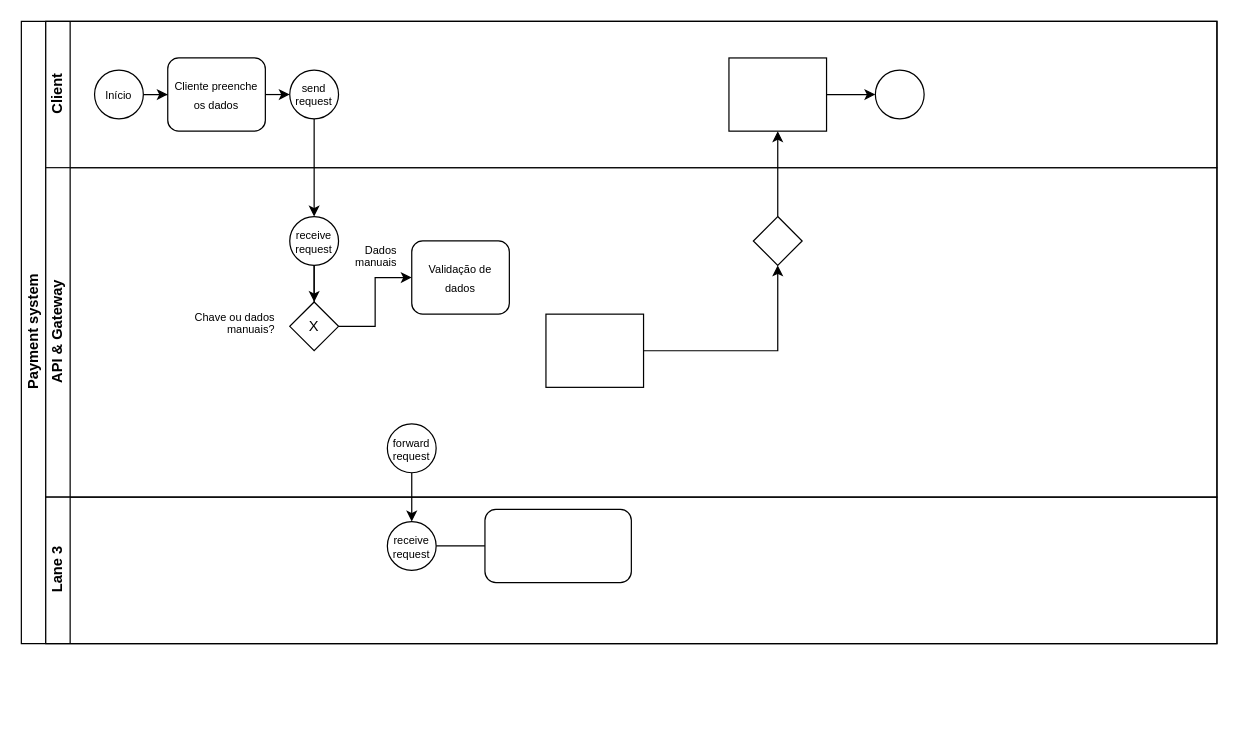
This is page "Page-1" (1 of 3) of pix-architecture-overview.drawio from danielfabbri/arctest, a draw.io file, before an edit. Source tidied: cells renumbered, new cells numbered last; positions are measured from the earlier drawing's top-left corner, leaving out a move shared by most shapes. Both pictures are drawn from the tidied source at 122%, with x=0, y=0 at pixel (21, 21).
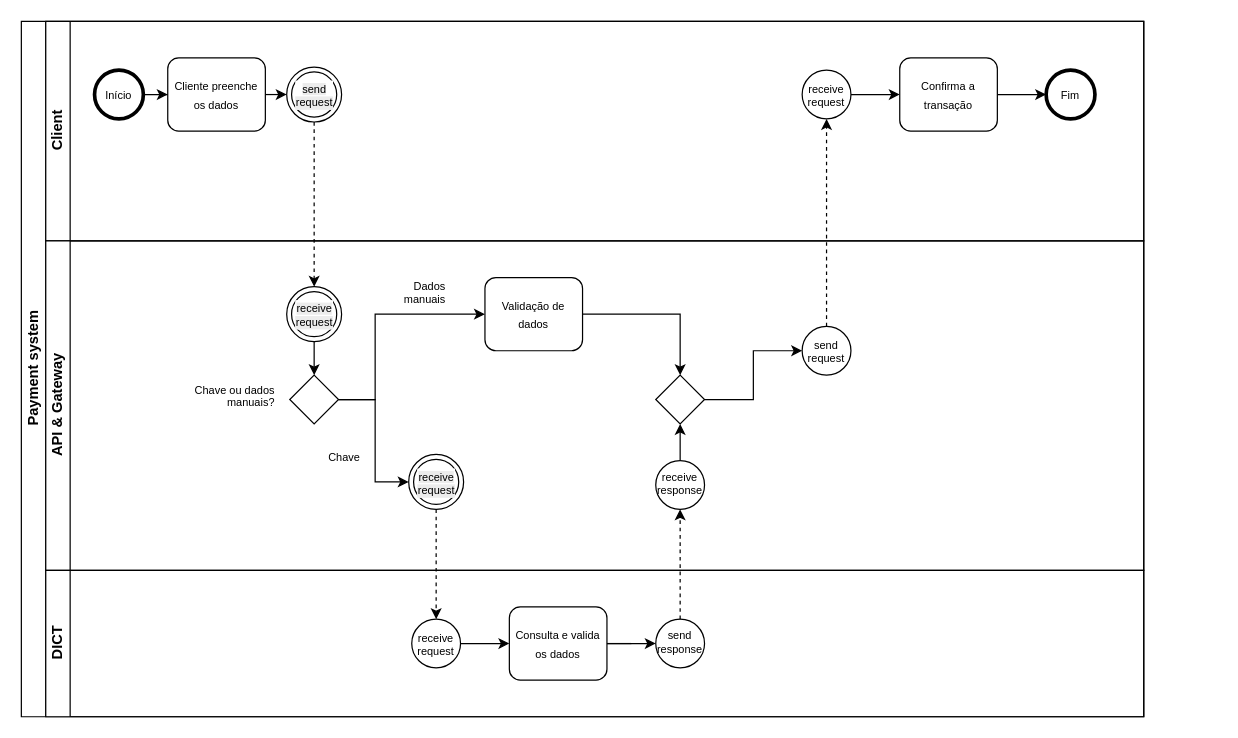
After the change.

The change refers to these unchanged cells:
```xml
<mxCell id="7" value="&lt;font style=&quot;font-size: 9px;&quot;&gt;Cliente preenche&lt;/font&gt;&lt;div&gt;&lt;font style=&quot;font-size: 9px;&quot;&gt;os dados&lt;/font&gt;&lt;/div&gt;" style="rounded=1;whiteSpace=wrap;html=1;fontFamily=Helvetica;fontSize=12;fontColor=#000000;align=center;" parent="4" vertex="1">
  <mxGeometry x="100" y="30" width="80" height="60" as="geometry" />
</mxCell>
```

Change to the diagram source:
```diff
@@
     <mxCell id="2" value="Payment system" style="swimlane;html=1;horizontal=0;startSize=20;" parent="1" vertex="1">
-      <mxGeometry width="980" height="510" as="geometry" />
+      <mxGeometry width="920" height="570" as="geometry" />
     </mxCell>
-    <mxCell id="3" style="edgeStyle=orthogonalEdgeStyle;rounded=0;jettySize=auto;html=1;endArrow=classic;endFill=1;" parent="2" edge="1" source="16" target="9">
-      <mxGeometry relative="1" as="geometry" />
-    </mxCell>
     <mxCell id="4" value="Client" style="swimlane;html=1;startSize=20;horizontal=0;" parent="2" vertex="1">
-      <mxGeometry x="20" width="960" height="120" as="geometry" />
+      <mxGeometry x="20" width="900" height="180" as="geometry" />
     </mxCell>
@@
-    <mxCell id="6" value="&lt;font style=&quot;font-size: 9px;&quot;&gt;Início&lt;/font&gt;" style="ellipse;whiteSpace=wrap;html=1;" parent="4" vertex="1">
+    <mxCell id="6" value="&lt;font style=&quot;font-size: 9px;&quot;&gt;Início&lt;/font&gt;" style="ellipse;whiteSpace=wrap;html=1;strokeWidth=3;" parent="4" vertex="1">
       <mxGeometry x="40" y="40" width="40" height="40" as="geometry" />
     </mxCell>
@@
-    <mxCell id="8" style="edgeStyle=orthogonalEdgeStyle;rounded=0;jettySize=auto;html=1;endArrow=classic;endFill=1;" parent="4" edge="1" source="9" target="10">
+    <mxCell id="8" style="edgeStyle=orthogonalEdgeStyle;rounded=0;jettySize=auto;html=1;endArrow=classic;endFill=1;exitX=1;exitY=0.5;exitDx=0;exitDy=0;" parent="4" edge="1" source="35" target="10">
       <mxGeometry relative="1" as="geometry" />
     </mxCell>
-    <mxCell id="9" style="rounded=0;whiteSpace=wrap;html=1;fontFamily=Helvetica;fontSize=12;fontColor=#000000;align=center;" parent="4" vertex="1">
-      <mxGeometry x="560" y="30" width="80" height="60" as="geometry" />
-    </mxCell>
+    <mxCell id="12" style="edgeStyle=orthogonalEdgeStyle;rounded=0;jettySize=auto;html=1;endArrow=classic;endFill=1;exitX=1;exitY=0.5;exitDx=0;exitDy=0;entryX=0;entryY=0.5;entryDx=0;entryDy=0;" parent="4" edge="1" source="7" target="36">
+      <mxGeometry relative="1" as="geometry" />
+    </mxCell>
+    <mxCell id="14" style="edgeStyle=orthogonalEdgeStyle;rounded=0;orthogonalLoop=1;jettySize=auto;html=1;endArrow=classic;endFill=1;" parent="4" edge="1">
+      <mxGeometry relative="1" as="geometry">
+        <mxPoint x="710" y="270" as="sourcePoint" />
+      </mxGeometry>
+    </mxCell>
-    <mxCell id="10" style="ellipse;whiteSpace=wrap;html=1;" parent="4" vertex="1">
-      <mxGeometry x="680" y="40" width="40" height="40" as="geometry" />
+    <mxCell id="10" value="&lt;font style=&quot;font-size: 9px;&quot;&gt;Fim&lt;/font&gt;" style="ellipse;whiteSpace=wrap;html=1;strokeWidth=3;" parent="4" vertex="1">
+      <mxGeometry x="820" y="40" width="40" height="40" as="geometry" />
     </mxCell>
-    <mxCell id="11" value="&lt;font&gt;send&lt;/font&gt;&lt;div&gt;&lt;font style=&quot;line-height: 100%;&quot;&gt;request&lt;/font&gt;&lt;/div&gt;" style="ellipse;whiteSpace=wrap;html=1;fontColor=#000000;rounded=0;horizontal=1;fontSize=9;spacing=2;spacingTop=0;verticalAlign=middle;" parent="4" vertex="1">
-      <mxGeometry x="200" y="40" width="40" height="40" as="geometry" />
-    </mxCell>
-    <mxCell id="12" style="edgeStyle=orthogonalEdgeStyle;rounded=0;jettySize=auto;html=1;endArrow=classic;endFill=1;exitX=1;exitY=0.5;exitDx=0;exitDy=0;entryX=0;entryY=0.5;entryDx=0;entryDy=0;" parent="4" edge="1" source="7" target="11">
-      <mxGeometry relative="1" as="geometry" />
-    </mxCell>
+    <mxCell id="33" style="edgeStyle=orthogonalEdgeStyle;shape=connector;rounded=0;jettySize=auto;html=1;shadow=0;strokeColor=default;align=center;verticalAlign=middle;fontFamily=Helvetica;fontSize=11;fontColor=default;labelBackgroundColor=default;endArrow=classic;endFill=1;flowAnimation=0;" parent="4" edge="1" source="34" target="35">
+      <mxGeometry relative="1" as="geometry" />
+    </mxCell>
+    <mxCell id="34" value="&lt;font style=&quot;font-size: 9px;&quot;&gt;receive&lt;/font&gt;&lt;div style=&quot;font-size: 9px;&quot;&gt;&lt;font style=&quot;line-height: 9px;&quot;&gt;request&lt;/font&gt;&lt;/div&gt;" style="ellipse;whiteSpace=wrap;html=1;rounded=0;" parent="4" vertex="1">
+      <mxGeometry x="620" y="40" width="40" height="40" as="geometry" />
+    </mxCell>
+    <mxCell id="35" value="&lt;font style=&quot;font-size: 9px;&quot;&gt;Confirma a transação&lt;/font&gt;" style="whiteSpace=wrap;html=1;rounded=1;" parent="4" vertex="1">
+      <mxGeometry x="700" y="30" width="80" height="60" as="geometry" />
+    </mxCell>
+    <mxCell id="36" value="&lt;font style=&quot;font-size: 9px; background-color: rgb(236, 236, 236);&quot;&gt;send&lt;/font&gt;&lt;div style=&quot;font-size: 9px; background-color: rgb(236, 236, 236);&quot;&gt;&lt;font style=&quot;line-height: 9px;&quot;&gt;request&lt;/font&gt;&lt;/div&gt;" style="ellipse;shape=doubleEllipse;whiteSpace=wrap;html=1;fontFamily=Helvetica;fontSize=11;fontColor=default;labelBackgroundColor=default;" parent="4" vertex="1">
+      <mxGeometry x="197.5" y="37.5" width="45" height="45" as="geometry" />
+    </mxCell>
+    <mxCell id="31" style="edgeStyle=orthogonalEdgeStyle;shape=connector;rounded=0;jettySize=auto;html=1;shadow=0;strokeColor=default;align=center;verticalAlign=middle;fontFamily=Helvetica;fontSize=11;fontColor=default;labelBackgroundColor=default;endArrow=classic;endFill=1;flowAnimation=0;dashed=1;exitX=0.5;exitY=1;exitDx=0;exitDy=0;entryX=0.5;entryY=0;entryDx=0;entryDy=0;" parent="2" edge="1" source="36" target="44">
+      <mxGeometry relative="1" as="geometry" />
+    </mxCell>
+    <mxCell id="32" style="edgeStyle=orthogonalEdgeStyle;shape=connector;rounded=0;jettySize=auto;html=1;shadow=0;strokeColor=default;align=center;verticalAlign=middle;fontFamily=Helvetica;fontSize=11;fontColor=default;labelBackgroundColor=default;endArrow=classic;endFill=1;flowAnimation=0;dashed=1;exitX=0.5;exitY=1;exitDx=0;exitDy=0;" parent="2" edge="1" source="46" target="29">
+      <mxGeometry relative="1" as="geometry" />
+    </mxCell>
-    <mxCell id="13" value="API &amp;amp; Gateway" style="swimlane;html=1;startSize=20;horizontal=0;" parent="2" vertex="1">
-      <mxGeometry x="20" y="120" width="960" height="270" as="geometry" />
+    <mxCell id="13" value="API &amp;amp; Gateway" style="swimlane;html=1;startSize=20;horizontal=0;rounded=0;" parent="2" vertex="1">
+      <mxGeometry x="20" y="180" width="900" height="270" as="geometry" />
     </mxCell>
-    <mxCell id="14" style="edgeStyle=orthogonalEdgeStyle;rounded=0;jettySize=auto;html=1;endArrow=classic;endFill=1;" parent="13" edge="1" source="15" target="16">
-      <mxGeometry relative="1" as="geometry" />
-    </mxCell>
-    <mxCell id="15" style="rounded=0;whiteSpace=wrap;html=1;fontFamily=Helvetica;fontSize=12;fontColor=#000000;align=center;" parent="13" vertex="1">
-      <mxGeometry x="410" y="120" width="80" height="60" as="geometry" />
-    </mxCell>
-    <mxCell id="16" style="rhombus;whiteSpace=wrap;html=1;fontFamily=Helvetica;fontSize=12;fontColor=#000000;align=center;" parent="13" vertex="1">
-      <mxGeometry x="580" y="40" width="40" height="40" as="geometry" />
-    </mxCell>
-    <mxCell id="17" style="edgeStyle=orthogonalEdgeStyle;shape=connector;rounded=0;jettySize=auto;html=1;shadow=0;strokeColor=default;align=center;verticalAlign=middle;fontFamily=Helvetica;fontSize=11;fontColor=default;labelBackgroundColor=default;endArrow=none;endFill=0;flowAnimation=0;" parent="13" edge="1" source="18" target="23">
-      <mxGeometry relative="1" as="geometry" />
-    </mxCell>
-    <mxCell id="18" value="&lt;font style=&quot;font-size: 9px;&quot;&gt;receive&lt;/font&gt;&lt;div style=&quot;font-size: 9px;&quot;&gt;&lt;font style=&quot;line-height: 9px;&quot;&gt;request&lt;/font&gt;&lt;/div&gt;" style="ellipse;whiteSpace=wrap;html=1;" parent="13" vertex="1">
-      <mxGeometry x="200" y="40" width="40" height="40" as="geometry" />
-    </mxCell>
+    <mxCell id="37" style="edgeStyle=orthogonalEdgeStyle;shape=connector;rounded=0;jettySize=auto;html=1;shadow=0;strokeColor=default;align=center;verticalAlign=middle;fontFamily=Helvetica;fontSize=11;fontColor=default;labelBackgroundColor=default;endArrow=classic;endFill=1;flowAnimation=0;" parent="13" edge="1" source="19" target="39">
+      <mxGeometry relative="1" as="geometry" />
+    </mxCell>
     <mxCell id="19" value="&lt;font style=&quot;font-size: 9px;&quot;&gt;Validação de dados&lt;/font&gt;" style="whiteSpace=wrap;html=1;rounded=1;" parent="13" vertex="1">
-      <mxGeometry x="300" y="60" width="80" height="60" as="geometry" />
+      <mxGeometry x="360" y="30" width="80" height="60" as="geometry" />
     </mxCell>
-    <mxCell id="20" value="&lt;font style=&quot;font-size: 9px;&quot;&gt;forward&lt;/font&gt;&lt;div style=&quot;font-size: 9px;&quot;&gt;&lt;font style=&quot;line-height: 9px;&quot;&gt;request&lt;/font&gt;&lt;/div&gt;" style="ellipse;whiteSpace=wrap;html=1;" parent="13" vertex="1">
-      <mxGeometry x="280" y="210" width="40" height="40" as="geometry" />
-    </mxCell>
-    <mxCell id="21" style="edgeStyle=orthogonalEdgeStyle;shape=connector;rounded=0;jettySize=auto;html=1;shadow=0;strokeColor=default;align=center;verticalAlign=middle;fontFamily=Helvetica;fontSize=11;fontColor=default;labelBackgroundColor=default;endArrow=none;endFill=0;flowAnimation=0;startArrow=classic;startFill=1;" parent="13" edge="1" source="23" target="18">
+    <mxCell id="21" style="edgeStyle=orthogonalEdgeStyle;shape=connector;rounded=0;jettySize=auto;html=1;shadow=0;strokeColor=default;align=center;verticalAlign=middle;fontFamily=Helvetica;fontSize=11;fontColor=default;labelBackgroundColor=default;endArrow=none;endFill=0;flowAnimation=0;startArrow=classic;startFill=1;entryX=0.5;entryY=1;entryDx=0;entryDy=0;" parent="13" edge="1" source="23" target="44">
       <mxGeometry relative="1" as="geometry" />
     </mxCell>
     <mxCell id="22" style="edgeStyle=orthogonalEdgeStyle;shape=connector;rounded=0;jettySize=auto;html=1;shadow=0;strokeColor=default;align=center;verticalAlign=middle;fontFamily=Helvetica;fontSize=11;fontColor=default;labelBackgroundColor=default;endArrow=classic;endFill=1;flowAnimation=0;" parent="13" edge="1" source="23" target="19">
-      <mxGeometry relative="1" as="geometry" />
+      <mxGeometry relative="1" as="geometry">
+        <Array as="points">
+          <mxPoint x="270" y="130" />
+          <mxPoint x="270" y="60" />
+        </Array>
+      </mxGeometry>
     </mxCell>
-    <mxCell id="23" value="X" style="rhombus;whiteSpace=wrap;html=1;" parent="13" vertex="1">
+    <mxCell id="23" style="rhombus;whiteSpace=wrap;html=1;movableLabel=0;fixedWidth=0;double=0;" parent="13" vertex="1">
       <mxGeometry x="200" y="110" width="40" height="40" as="geometry" />
     </mxCell>
@@
     <mxCell id="25" value="&lt;blockquote style=&quot;margin-top: 0px; margin-right: 0px; margin-left: 0px;&quot;&gt;&lt;span style=&quot;background-color: light-dark(#ffffff, var(--ge-dark-color, #121212)); color: light-dark(rgb(0, 0, 0), rgb(255, 255, 255)); font-weight: normal; line-height: 90%;&quot;&gt;Dados manuais&lt;/span&gt;&lt;/blockquote&gt;" style="text;html=1;whiteSpace=wrap;overflow=hidden;rounded=0;fontFamily=Helvetica;fontSize=9;fontColor=default;labelBackgroundColor=default;align=right;verticalAlign=middle;" parent="13" vertex="1">
-      <mxGeometry x="250" y="60" width="40" height="30" as="geometry" />
+      <mxGeometry x="290" y="30" width="40" height="30" as="geometry" />
     </mxCell>
+    <mxCell id="38" style="edgeStyle=orthogonalEdgeStyle;shape=connector;rounded=0;jettySize=auto;html=1;shadow=0;strokeColor=default;align=center;verticalAlign=middle;fontFamily=Helvetica;fontSize=11;fontColor=default;labelBackgroundColor=default;endArrow=classic;endFill=1;flowAnimation=0;" parent="13" edge="1" source="39" target="42">
+      <mxGeometry relative="1" as="geometry" />
+    </mxCell>
+    <mxCell id="39" style="rhombus;whiteSpace=wrap;html=1;rounded=0;" parent="13" vertex="1">
+      <mxGeometry x="500" y="110" width="40" height="40" as="geometry" />
+    </mxCell>
+    <mxCell id="40" style="edgeStyle=orthogonalEdgeStyle;shape=connector;rounded=0;jettySize=auto;html=1;shadow=0;strokeColor=default;align=center;verticalAlign=middle;fontFamily=Helvetica;fontSize=11;fontColor=default;labelBackgroundColor=default;endArrow=classic;endFill=1;flowAnimation=0;" parent="13" edge="1" source="41" target="39">
+      <mxGeometry relative="1" as="geometry" />
+    </mxCell>
+    <mxCell id="41" value="&lt;font style=&quot;font-size: 9px;&quot;&gt;receive&lt;/font&gt;&lt;div style=&quot;font-size: 9px;&quot;&gt;&lt;font style=&quot;line-height: 9px;&quot;&gt;response&lt;/font&gt;&lt;/div&gt;" style="ellipse;whiteSpace=wrap;html=1;spacingTop=-5;" parent="13" vertex="1">
+      <mxGeometry x="500" y="180" width="40" height="40" as="geometry" />
+    </mxCell>
+    <mxCell id="42" value="&lt;font style=&quot;font-size: 9px;&quot;&gt;send&lt;/font&gt;&lt;div style=&quot;font-size: 9px;&quot;&gt;&lt;font style=&quot;line-height: 9px;&quot;&gt;request&lt;/font&gt;&lt;/div&gt;" style="ellipse;whiteSpace=wrap;html=1;rounded=0;" parent="13" vertex="1">
+      <mxGeometry x="620" y="70" width="40" height="40" as="geometry" />
+    </mxCell>
+    <mxCell id="43" value="&lt;blockquote style=&quot;margin-top: 0px; margin-right: 0px; margin-left: 0px;&quot;&gt;&lt;span style=&quot;background-color: light-dark(#ffffff, var(--ge-dark-color, #121212)); color: light-dark(rgb(0, 0, 0), rgb(255, 255, 255)); font-weight: normal; line-height: 90%;&quot;&gt;Chave&lt;/span&gt;&lt;/blockquote&gt;" style="text;html=1;whiteSpace=wrap;overflow=hidden;rounded=0;fontFamily=Helvetica;fontSize=9;fontColor=default;labelBackgroundColor=default;align=right;verticalAlign=middle;" parent="13" vertex="1">
+      <mxGeometry x="220" y="170" width="40" height="20" as="geometry" />
+    </mxCell>
+    <mxCell id="44" value="&lt;span style=&quot;font-size: 9px; background-color: rgb(236, 236, 236);&quot;&gt;receive&lt;/span&gt;&lt;br&gt;&lt;div style=&quot;font-size: 9px; background-color: rgb(236, 236, 236);&quot;&gt;&lt;font style=&quot;line-height: 9px;&quot;&gt;request&lt;/font&gt;&lt;/div&gt;" style="ellipse;shape=doubleEllipse;whiteSpace=wrap;html=1;fontFamily=Helvetica;fontSize=11;fontColor=default;labelBackgroundColor=default;" parent="13" vertex="1">
+      <mxGeometry x="197.5" y="37.5" width="45" height="45" as="geometry" />
+    </mxCell>
+    <mxCell id="45" style="edgeStyle=orthogonalEdgeStyle;shape=connector;rounded=0;jettySize=auto;html=1;shadow=0;strokeColor=default;align=center;verticalAlign=middle;fontFamily=Helvetica;fontSize=11;fontColor=default;labelBackgroundColor=default;endArrow=classic;endFill=1;flowAnimation=0;exitX=1;exitY=0.5;exitDx=0;exitDy=0;entryX=0;entryY=0.5;entryDx=0;entryDy=0;" parent="13" edge="1" source="23" target="46">
+      <mxGeometry relative="1" as="geometry">
+        <Array as="points">
+          <mxPoint x="270" y="130" />
+          <mxPoint x="270" y="197" />
+        </Array>
+      </mxGeometry>
+    </mxCell>
+    <mxCell id="46" value="&lt;span style=&quot;font-size: 9px; background-color: rgb(236, 236, 236);&quot;&gt;receive&lt;/span&gt;&lt;br&gt;&lt;div style=&quot;font-size: 9px; background-color: rgb(236, 236, 236);&quot;&gt;&lt;font style=&quot;line-height: 9px;&quot;&gt;request&lt;/font&gt;&lt;/div&gt;" style="ellipse;shape=doubleEllipse;whiteSpace=wrap;html=1;fontFamily=Helvetica;fontSize=11;fontColor=default;labelBackgroundColor=default;" parent="13" vertex="1">
+      <mxGeometry x="297.5" y="175" width="45" height="45" as="geometry" />
+    </mxCell>
-    <mxCell id="26" value="Lane 3" style="swimlane;html=1;startSize=20;horizontal=0;" parent="2" vertex="1">
-      <mxGeometry x="20" y="390" width="960" height="120" as="geometry" />
+    <mxCell id="26" value="DICT" style="swimlane;html=1;startSize=20;horizontal=0;" parent="2" vertex="1">
+      <mxGeometry x="20" y="450" width="900" height="120" as="geometry" />
     </mxCell>
@@
-    <mxCell id="28" style="edgeStyle=orthogonalEdgeStyle;shape=connector;rounded=0;jettySize=auto;html=1;shadow=0;strokeColor=default;align=center;verticalAlign=middle;fontFamily=Helvetica;fontSize=11;fontColor=default;labelBackgroundColor=default;endArrow=none;endFill=0;flowAnimation=0;" parent="26" edge="1" source="29" target="30">
+    <mxCell id="28" style="edgeStyle=orthogonalEdgeStyle;shape=connector;rounded=0;jettySize=auto;html=1;shadow=0;strokeColor=default;align=center;verticalAlign=middle;fontFamily=Helvetica;fontSize=11;fontColor=default;labelBackgroundColor=default;endArrow=classic;endFill=1;flowAnimation=0;" parent="26" edge="1" source="29" target="30">
       <mxGeometry relative="1" as="geometry" />
     </mxCell>
     <mxCell id="29" value="&lt;font style=&quot;font-size: 9px;&quot;&gt;receive&lt;/font&gt;&lt;div style=&quot;font-size: 9px;&quot;&gt;&lt;font style=&quot;line-height: 9px;&quot;&gt;request&lt;/font&gt;&lt;/div&gt;" style="ellipse;whiteSpace=wrap;html=1;" parent="26" vertex="1">
-      <mxGeometry x="280" y="20" width="40" height="40" as="geometry" />
+      <mxGeometry x="300" y="40" width="40" height="40" as="geometry" />
     </mxCell>
+    <mxCell id="47" style="edgeStyle=orthogonalEdgeStyle;shape=connector;rounded=0;jettySize=auto;html=1;shadow=0;strokeColor=default;align=center;verticalAlign=middle;fontFamily=Helvetica;fontSize=11;fontColor=default;labelBackgroundColor=default;endArrow=none;endFill=0;flowAnimation=0;" parent="26" edge="1" source="30">
+      <mxGeometry relative="1" as="geometry">
+        <mxPoint x="480" y="60" as="targetPoint" />
+      </mxGeometry>
+    </mxCell>
-    <mxCell id="30" style="rounded=1;whiteSpace=wrap;html=1;" parent="26" vertex="1">
-      <mxGeometry x="360" y="10" width="120" height="60" as="geometry" />
+    <mxCell id="30" value="&lt;font style=&quot;font-size: 9px; line-height: 90%;&quot;&gt;Consulta e valida os dados&lt;/font&gt;" style="rounded=1;whiteSpace=wrap;html=1;" parent="26" vertex="1">
+      <mxGeometry x="380" y="30" width="80" height="60" as="geometry" />
     </mxCell>
-    <mxCell id="31" style="edgeStyle=orthogonalEdgeStyle;shape=connector;rounded=0;jettySize=auto;html=1;shadow=0;strokeColor=default;align=center;verticalAlign=middle;fontFamily=Helvetica;fontSize=11;fontColor=default;labelBackgroundColor=default;endArrow=classic;endFill=1;flowAnimation=0;" parent="2" edge="1" source="11" target="18">
-      <mxGeometry relative="1" as="geometry" />
-    </mxCell>
-    <mxCell id="32" style="edgeStyle=orthogonalEdgeStyle;shape=connector;rounded=0;jettySize=auto;html=1;shadow=0;strokeColor=default;align=center;verticalAlign=middle;fontFamily=Helvetica;fontSize=11;fontColor=default;labelBackgroundColor=default;endArrow=classic;endFill=1;flowAnimation=0;" parent="2" edge="1" source="20" target="29">
-      <mxGeometry relative="1" as="geometry" />
-    </mxCell>
+    <mxCell id="48" style="edgeStyle=orthogonalEdgeStyle;shape=connector;rounded=0;jettySize=auto;html=1;shadow=0;strokeColor=default;align=center;verticalAlign=middle;fontFamily=Helvetica;fontSize=11;fontColor=default;labelBackgroundColor=default;endArrow=none;endFill=0;flowAnimation=0;startArrow=classic;startFill=1;" parent="26" edge="1" source="49" target="30">
+      <mxGeometry relative="1" as="geometry" />
+    </mxCell>
+    <mxCell id="49" value="&lt;font style=&quot;font-size: 9px;&quot;&gt;send&lt;/font&gt;&lt;div style=&quot;font-size: 9px;&quot;&gt;&lt;font style=&quot;line-height: 9px;&quot;&gt;response&lt;/font&gt;&lt;/div&gt;" style="ellipse;whiteSpace=wrap;html=1;spacingTop=-5;" parent="26" vertex="1">
+      <mxGeometry x="500" y="40" width="40" height="40" as="geometry" />
+    </mxCell>
+    <mxCell id="50" style="edgeStyle=orthogonalEdgeStyle;shape=connector;rounded=0;orthogonalLoop=1;jettySize=auto;html=1;exitX=0.5;exitY=1;exitDx=0;exitDy=0;shadow=0;strokeColor=default;align=center;verticalAlign=middle;fontFamily=Helvetica;fontSize=11;fontColor=default;labelBackgroundColor=default;endArrow=none;endFill=0;flowAnimation=0;" parent="26" edge="1" source="49" target="49">
+      <mxGeometry relative="1" as="geometry" />
+    </mxCell>
+    <mxCell id="51" style="edgeStyle=orthogonalEdgeStyle;shape=connector;rounded=0;jettySize=auto;html=1;shadow=0;strokeColor=default;align=center;verticalAlign=middle;fontFamily=Helvetica;fontSize=11;fontColor=default;labelBackgroundColor=default;endArrow=classic;endFill=1;flowAnimation=0;dashed=1;" parent="2" edge="1" source="49" target="41">
+      <mxGeometry relative="1" as="geometry" />
+    </mxCell>
+    <mxCell id="52" style="edgeStyle=orthogonalEdgeStyle;shape=connector;rounded=0;jettySize=auto;html=1;shadow=0;strokeColor=default;align=center;verticalAlign=middle;fontFamily=Helvetica;fontSize=11;fontColor=default;labelBackgroundColor=default;endArrow=classic;endFill=1;flowAnimation=0;dashed=1;" parent="2" edge="1" source="42" target="34">
+      <mxGeometry relative="1" as="geometry" />
+    </mxCell>
```
